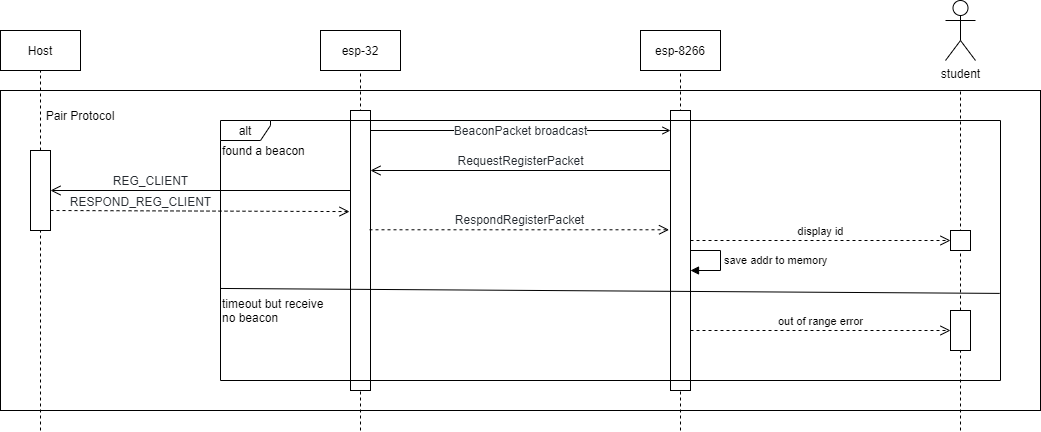
Above: ServerClientProtocol.png in Viquiz/ServerClientProtocol (draw.io), before the change. Source tidied: cells renumbered, new cells last; positions are measured from the earlier drawing's top-left corner, leaving out a move shared by most shapes.
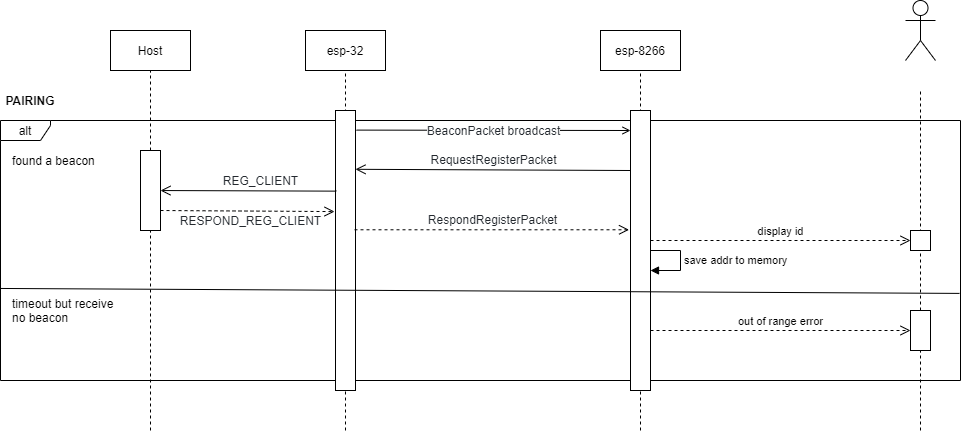
After the commit.

What changed in the source:
```diff
@@ -2,28 +2,28 @@
   <root>
     <mxCell id="0" />
     <mxCell id="1" parent="0" />
-    <mxCell id="2" style="rounded=0;whiteSpace=wrap;html=1;" parent="1" vertex="1">
-      <mxGeometry y="90" width="1040" height="320" as="geometry" />
-    </mxCell>
+    <mxCell id="29" value="alt" style="shape=umlFrame;whiteSpace=wrap;html=1;width=50;height=20;" parent="1" vertex="1">
+      <mxGeometry x="40" y="120" width="960" height="260" as="geometry" />
+    </mxCell>
     <mxCell id="3" value="Host" style="rounded=0;whiteSpace=wrap;html=1;" parent="1" vertex="1">
-      <mxGeometry y="30" width="80" height="40" as="geometry" />
+      <mxGeometry x="150" y="30" width="80" height="40" as="geometry" />
     </mxCell>
     <mxCell id="4" value="esp-32" style="rounded=0;whiteSpace=wrap;html=1;" parent="1" vertex="1">
-      <mxGeometry x="320" y="30" width="80" height="40" as="geometry" />
+      <mxGeometry x="345" y="30" width="80" height="40" as="geometry" />
     </mxCell>
     <mxCell id="5" style="endArrow=none;dashed=1;html=1;entryX=0.5;entryY=1;entryDx=0;entryDy=0;startArrow=none;" parent="1" edge="1" source="24" target="3">
       <mxGeometry relative="1" as="geometry" />
     </mxCell>
     <mxCell id="6" style="endArrow=none;dashed=1;html=1;entryX=0.5;entryY=1;entryDx=0;entryDy=0;" parent="1" edge="1" target="4">
       <mxGeometry relative="1" as="geometry">
-        <mxPoint x="360" y="430" as="sourcePoint" />
+        <mxPoint x="385" y="430" as="sourcePoint" />
       </mxGeometry>
     </mxCell>
     <mxCell id="7" value="esp-8266" style="rounded=0;whiteSpace=wrap;html=1;" parent="1" vertex="1">
       <mxGeometry x="640" y="30" width="80" height="40" as="geometry" />
     </mxCell>
     <mxCell id="8" style="rounded=0;whiteSpace=wrap;html=1;horizontal=0;align=left;" parent="1" vertex="1">
-      <mxGeometry x="350" y="110" width="20" height="280" as="geometry" />
+      <mxGeometry x="375" y="110" width="20" height="280" as="geometry" />
     </mxCell>
     <mxCell id="9" style="endArrow=none;dashed=1;html=1;entryX=0.5;entryY=1;entryDx=0;entryDy=0;" parent="1" edge="1" target="7">
       <mxGeometry relative="1" as="geometry">
@@ -39,7 +39,7 @@
         </Array>
       </mxGeometry>
     </mxCell>
-    <mxCell id="11" value="student" style="shape=umlActor;verticalLabelPosition=bottom;verticalAlign=top;html=1;" parent="1" vertex="1">
+    <mxCell id="11" style="shape=umlActor;verticalLabelPosition=bottom;verticalAlign=top;html=1;" parent="1" vertex="1">
       <mxGeometry x="945" width="30" height="60" as="geometry" />
     </mxCell>
     <mxCell id="12" style="endArrow=none;dashed=1;html=1;startArrow=none;" parent="1" edge="1" source="19">
@@ -47,19 +47,17 @@
         <mxPoint x="960" y="90" as="targetPoint" />
       </mxGeometry>
     </mxCell>
-    <mxCell id="13" value="&lt;span style=&quot;color: rgb(36 , 41 , 47) ; font-family: , , &amp;#34;sf mono&amp;#34; , &amp;#34;menlo&amp;#34; , &amp;#34;consolas&amp;#34; , &amp;#34;liberation mono&amp;#34; , monospace ; font-size: 12px&quot;&gt;BeaconPacket broadcast&lt;/span&gt;" style="endArrow=open;html=1;endFill=0;" parent="1" edge="1">
+    <mxCell id="13" value="&lt;span style=&quot;color: rgb(36 , 41 , 47) ; font-family: , , &amp;#34;sf mono&amp;#34; , &amp;#34;menlo&amp;#34; , &amp;#34;consolas&amp;#34; , &amp;#34;liberation mono&amp;#34; , monospace ; font-size: 12px&quot;&gt;BeaconPacket broadcast&lt;/span&gt;" style="endArrow=open;html=1;endFill=0;exitX=1.05;exitY=0.07;exitDx=0;exitDy=0;exitPerimeter=0;" parent="1" edge="1" source="8">
       <mxGeometry relative="1" as="geometry">
-        <mxPoint x="370" y="130" as="sourcePoint" />
         <mxPoint x="670" y="130" as="targetPoint" />
       </mxGeometry>
     </mxCell>
     <mxCell id="14" style="rounded=0;whiteSpace=wrap;html=1;" parent="1" vertex="1">
       <mxGeometry x="670" y="110" width="20" height="280" as="geometry" />
     </mxCell>
-    <mxCell id="15" value="&lt;span style=&quot;color: rgb(36 , 41 , 47) ; font-family: , , &amp;#34;sf mono&amp;#34; , &amp;#34;menlo&amp;#34; , &amp;#34;consolas&amp;#34; , &amp;#34;liberation mono&amp;#34; , monospace ; font-size: 12px&quot;&gt;RequestRegisterPacket &lt;/span&gt;" style="html=1;verticalAlign=bottom;endArrow=open;endSize=8;" parent="1" edge="1">
+    <mxCell id="15" value="&lt;span style=&quot;color: rgb(36 , 41 , 47) ; font-family: , , &amp;#34;sf mono&amp;#34; , &amp;#34;menlo&amp;#34; , &amp;#34;consolas&amp;#34; , &amp;#34;liberation mono&amp;#34; , monospace ; font-size: 12px&quot;&gt;RequestRegisterPacket &lt;/span&gt;" style="html=1;verticalAlign=bottom;endArrow=open;endSize=8;entryX=1;entryY=0.21;entryDx=0;entryDy=0;entryPerimeter=0;" parent="1" edge="1" target="8">
       <mxGeometry relative="1" as="geometry">
         <mxPoint x="670" y="170" as="sourcePoint" />
-        <mxPoint x="370" y="170" as="targetPoint" />
       </mxGeometry>
     </mxCell>
     <mxCell id="16" value="&lt;span style=&quot;color: rgb(36 , 41 , 47) ; font-family: , , &amp;#34;sf mono&amp;#34; , &amp;#34;menlo&amp;#34; , &amp;#34;consolas&amp;#34; , &amp;#34;liberation mono&amp;#34; , monospace ; font-size: 12px&quot;&gt;RespondRegisterPacket &lt;/span&gt;" style="html=1;verticalAlign=bottom;endArrow=open;dashed=1;endSize=8;exitX=0.95;exitY=0.426;exitDx=0;exitDy=0;exitPerimeter=0;entryX=-0.074;entryY=0.426;entryDx=0;entryDy=0;entryPerimeter=0;" parent="1" edge="1" source="8" target="14">
@@ -70,9 +68,6 @@
         <mxPoint x="690" y="330" as="sourcePoint" />
       </mxGeometry>
     </mxCell>
-    <mxCell id="18" value="Pair Protocol" style="text;html=1;strokeColor=none;fillColor=none;align=center;verticalAlign=middle;whiteSpace=wrap;rounded=0;" parent="1" vertex="1">
-      <mxGeometry y="90" width="160" height="50" as="geometry" />
-    </mxCell>
     <mxCell id="19" style="rounded=0;whiteSpace=wrap;html=1;" parent="1" vertex="1">
       <mxGeometry x="950" y="310" width="20" height="40" as="geometry" />
     </mxCell>
@@ -90,32 +85,30 @@
       <mxGeometry x="950" y="230" width="20" height="20" as="geometry" />
     </mxCell>
     <mxCell id="23" value="found a beacon" style="text;html=1;strokeColor=none;fillColor=none;align=left;verticalAlign=middle;whiteSpace=wrap;rounded=0;" parent="1" vertex="1">
-      <mxGeometry x="220" y="140" width="120" height="20" as="geometry" />
+      <mxGeometry x="50" y="150" width="120" height="20" as="geometry" />
     </mxCell>
     <mxCell id="24" style="rounded=0;whiteSpace=wrap;html=1;" parent="1" vertex="1">
-      <mxGeometry x="30" y="150" width="20" height="80" as="geometry" />
+      <mxGeometry x="180" y="150" width="20" height="80" as="geometry" />
     </mxCell>
     <mxCell id="25" style="endArrow=none;dashed=1;html=1;entryX=0.5;entryY=1;entryDx=0;entryDy=0;" parent="1" edge="1" target="24">
       <mxGeometry relative="1" as="geometry">
-        <mxPoint x="40" y="430" as="sourcePoint" />
+        <mxPoint x="190" y="430" as="sourcePoint" />
       </mxGeometry>
     </mxCell>
     <mxCell id="26" value="timeout but receive no beacon" style="text;html=1;strokeColor=none;fillColor=none;align=left;verticalAlign=middle;whiteSpace=wrap;rounded=0;" parent="1" vertex="1">
-      <mxGeometry x="220" y="300" width="120" height="20" as="geometry" />
+      <mxGeometry x="50" y="300" width="120" height="20" as="geometry" />
     </mxCell>
-    <mxCell id="27" value="&lt;font color=&quot;#24292f&quot;&gt;&lt;span style=&quot;font-size: 12px&quot;&gt;REG_CLIENT&lt;/span&gt;&lt;/font&gt;" style="html=1;verticalAlign=bottom;endArrow=open;endSize=8;" parent="1" edge="1" target="24">
-      <mxGeometry x="0.33" relative="1" as="geometry">
-        <mxPoint x="350" y="190" as="sourcePoint" />
-      </mxGeometry>
+    <mxCell id="27" value="&lt;font color=&quot;#24292f&quot;&gt;&lt;span style=&quot;font-size: 12px&quot;&gt;REG_CLIENT&lt;/span&gt;&lt;/font&gt;" style="html=1;verticalAlign=bottom;endArrow=open;endSize=8;exitX=0.042;exitY=0.288;exitDx=0;exitDy=0;exitPerimeter=0;" parent="1" edge="1" source="8" target="24">
+      <mxGeometry x="-0.14" relative="1" as="geometry" />
     </mxCell>
     <mxCell id="28" value="&lt;span style=&quot;color: rgb(36 , 41 , 47) ; font-size: 12px&quot;&gt;RESPOND_REG_CLIENT&lt;/span&gt;" style="html=1;verticalAlign=bottom;endArrow=open;dashed=1;endSize=8;exitX=1;exitY=0.75;exitDx=0;exitDy=0;entryX=-0.05;entryY=0.361;entryDx=0;entryDy=0;entryPerimeter=0;" parent="1" edge="1" source="24" target="8">
-      <mxGeometry x="-0.4" y="-1" relative="1" as="geometry" />
+      <mxGeometry x="0.04" y="-19" relative="1" as="geometry" />
     </mxCell>
-    <mxCell id="29" value="alt" style="shape=umlFrame;whiteSpace=wrap;html=1;width=50;height=20;" parent="1" vertex="1">
-      <mxGeometry x="220" y="120" width="780" height="260" as="geometry" />
-    </mxCell>
     <mxCell id="30" style="endArrow=none;html=1;entryX=0.999;entryY=0.665;entryDx=0;entryDy=0;entryPerimeter=0;exitX=0;exitY=0.646;exitDx=0;exitDy=0;exitPerimeter=0;" parent="1" edge="1" source="29" target="29">
       <mxGeometry x="340" y="360" as="geometry" />
     </mxCell>
+    <mxCell id="31" value="PAIRING" style="text;html=1;strokeColor=none;fillColor=none;align=center;verticalAlign=middle;whiteSpace=wrap;rounded=0;fontStyle=1;" parent="1" vertex="1">
+      <mxGeometry x="50" y="90" width="40" height="20" as="geometry" />
+    </mxCell>
   </root>
 </mxGraphModel>
```
